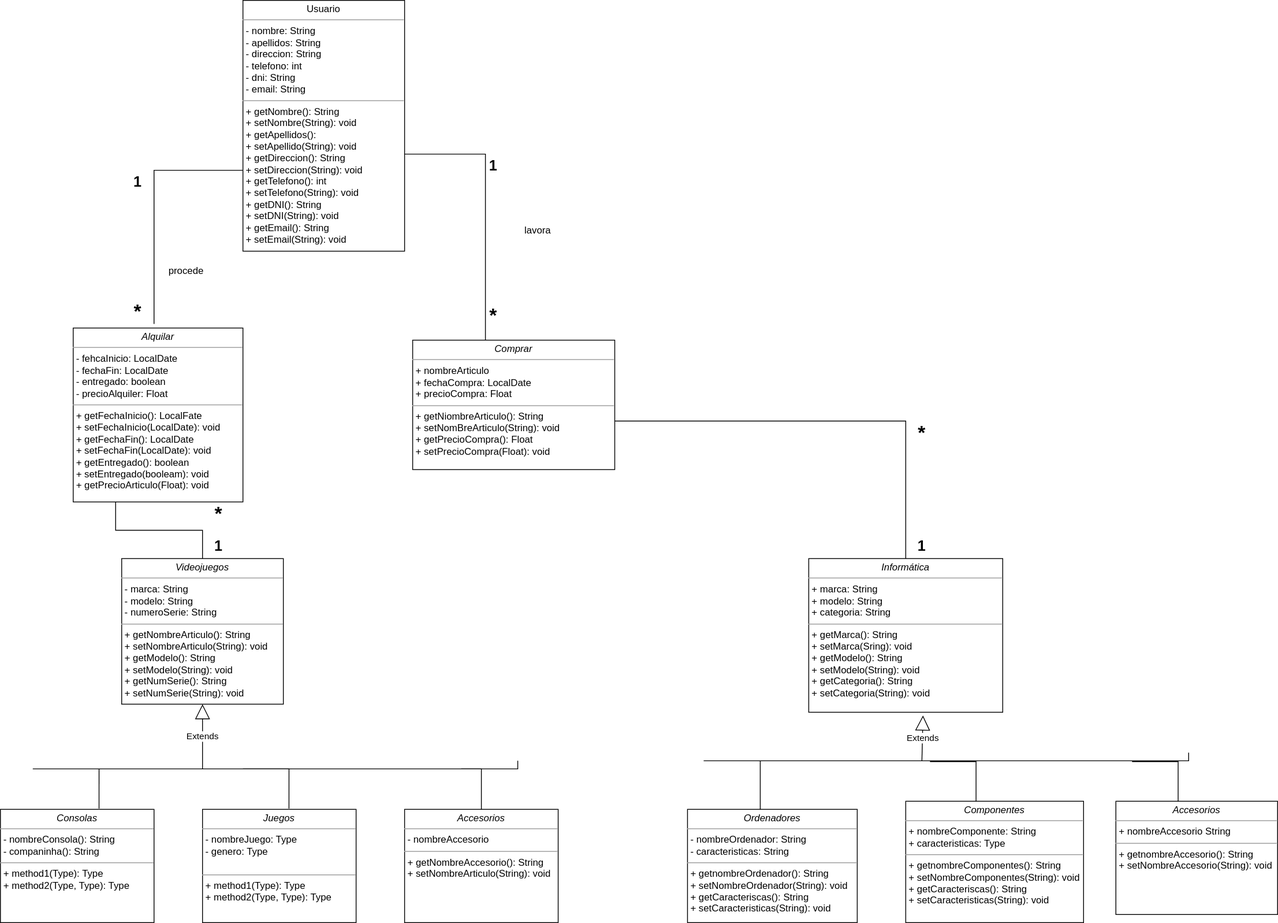
The draw.io diagram diagramas/tienda_UML.svg in andvigofp/trabajoUML, before a commit. Source tidied: cells renumbered, new cells last; positions are measured from the earlier drawing's top-left corner, leaving out a move shared by most shapes.
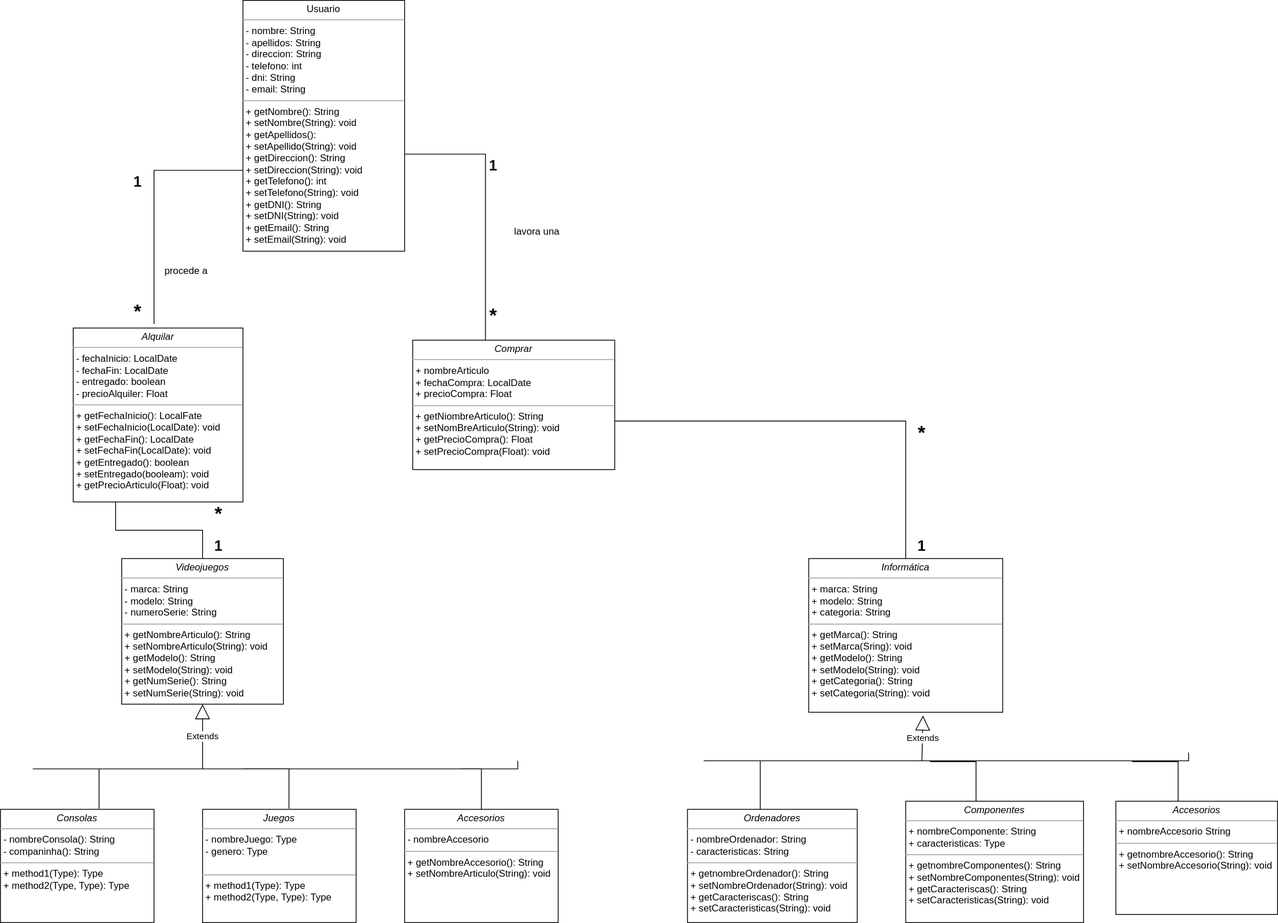
Later version of the same file.

What changed in the source:
```diff
@@ -5,7 +5,7 @@
     <mxCell id="2" value="&lt;p style=&quot;margin:0px;margin-top:4px;text-align:center;&quot;&gt;Usuario&lt;/p&gt;&lt;hr size=&quot;1&quot;&gt;&lt;p style=&quot;margin:0px;margin-left:4px;&quot;&gt;- nombre: String&lt;br&gt;- apellidos: String&lt;/p&gt;&lt;p style=&quot;margin:0px;margin-left:4px;&quot;&gt;- direccion: String&lt;/p&gt;&lt;p style=&quot;border-color: var(--border-color); margin: 0px 0px 0px 4px;&quot;&gt;- telefono: int&lt;/p&gt;&lt;p style=&quot;border-color: var(--border-color); margin: 0px 0px 0px 4px;&quot;&gt;- dni: String&lt;/p&gt;&lt;p style=&quot;margin:0px;margin-left:4px;&quot;&gt;- email: String&lt;/p&gt;&lt;hr size=&quot;1&quot;&gt;&lt;p style=&quot;margin:0px;margin-left:4px;&quot;&gt;+ getNombre(): String&lt;br&gt;+ setNombre(String): void&lt;/p&gt;&lt;p style=&quot;margin:0px;margin-left:4px;&quot;&gt;+ getApellidos():&lt;/p&gt;&lt;p style=&quot;margin:0px;margin-left:4px;&quot;&gt;+ setApellido(String): void&lt;/p&gt;&lt;p style=&quot;margin:0px;margin-left:4px;&quot;&gt;+ getDireccion(): String&lt;/p&gt;&lt;p style=&quot;margin:0px;margin-left:4px;&quot;&gt;+ setDireccion(String): void&lt;/p&gt;&lt;p style=&quot;margin:0px;margin-left:4px;&quot;&gt;+ getTelefono(): int&lt;/p&gt;&lt;p style=&quot;margin:0px;margin-left:4px;&quot;&gt;+ setTelefono(String): void&lt;/p&gt;&lt;p style=&quot;margin:0px;margin-left:4px;&quot;&gt;+ getDNI(): String&lt;/p&gt;&lt;p style=&quot;margin:0px;margin-left:4px;&quot;&gt;+ setDNI(String): void&lt;/p&gt;&lt;p style=&quot;margin:0px;margin-left:4px;&quot;&gt;+ getEmail(): String&lt;/p&gt;&lt;p style=&quot;margin:0px;margin-left:4px;&quot;&gt;+ setEmail(String): void&lt;/p&gt;" style="verticalAlign=top;align=left;overflow=fill;fontSize=12;fontFamily=Helvetica;html=1;whiteSpace=wrap;" parent="1" vertex="1">
       <mxGeometry x="300" width="200" height="310" as="geometry" />
     </mxCell>
-    <mxCell id="3" value="&lt;p style=&quot;margin:0px;margin-top:4px;text-align:center;&quot;&gt;&lt;i&gt;Alquilar&lt;/i&gt;&lt;/p&gt;&lt;hr size=&quot;1&quot;&gt;&lt;p style=&quot;margin:0px;margin-left:4px;&quot;&gt;- fehcaInicio: LocalDate&lt;/p&gt;&lt;p style=&quot;margin:0px;margin-left:4px;&quot;&gt;- fechaFin: LocalDate&lt;/p&gt;&lt;p style=&quot;margin:0px;margin-left:4px;&quot;&gt;- entregado: boolean&lt;/p&gt;&lt;p style=&quot;margin:0px;margin-left:4px;&quot;&gt;- precioAlquiler: Float&lt;/p&gt;&lt;hr size=&quot;1&quot;&gt;&lt;p style=&quot;margin:0px;margin-left:4px;&quot;&gt;+ getFechaInicio(): LocalFate&lt;br&gt;+ setFechaInicio(LocalDate): void&lt;/p&gt;&lt;p style=&quot;margin:0px;margin-left:4px;&quot;&gt;+ getFechaFin(): LocalDate&lt;/p&gt;&lt;p style=&quot;margin:0px;margin-left:4px;&quot;&gt;+ setFechaFin(LocalDate): void&lt;/p&gt;&lt;p style=&quot;margin:0px;margin-left:4px;&quot;&gt;+ getEntregado(): boolean&lt;/p&gt;&lt;p style=&quot;margin:0px;margin-left:4px;&quot;&gt;+ setEntregado(booleam): void&lt;/p&gt;&lt;p style=&quot;margin:0px;margin-left:4px;&quot;&gt;+ getPrecioArticulo(Float): void&lt;/p&gt;" style="verticalAlign=top;align=left;overflow=fill;fontSize=12;fontFamily=Helvetica;html=1;whiteSpace=wrap;" parent="1" vertex="1">
+    <mxCell id="3" value="&lt;p style=&quot;margin:0px;margin-top:4px;text-align:center;&quot;&gt;&lt;i&gt;Alquilar&lt;/i&gt;&lt;/p&gt;&lt;hr size=&quot;1&quot;&gt;&lt;p style=&quot;margin:0px;margin-left:4px;&quot;&gt;- fechaInicio: LocalDate&lt;/p&gt;&lt;p style=&quot;margin:0px;margin-left:4px;&quot;&gt;- fechaFin: LocalDate&lt;/p&gt;&lt;p style=&quot;margin:0px;margin-left:4px;&quot;&gt;- entregado: boolean&lt;/p&gt;&lt;p style=&quot;margin:0px;margin-left:4px;&quot;&gt;- precioAlquiler: Float&lt;/p&gt;&lt;hr size=&quot;1&quot;&gt;&lt;p style=&quot;margin:0px;margin-left:4px;&quot;&gt;+ getFechaInicio(): LocalFate&lt;br&gt;+ setFechaInicio(LocalDate): void&lt;/p&gt;&lt;p style=&quot;margin:0px;margin-left:4px;&quot;&gt;+ getFechaFin(): LocalDate&lt;/p&gt;&lt;p style=&quot;margin:0px;margin-left:4px;&quot;&gt;+ setFechaFin(LocalDate): void&lt;/p&gt;&lt;p style=&quot;margin:0px;margin-left:4px;&quot;&gt;+ getEntregado(): boolean&lt;/p&gt;&lt;p style=&quot;margin:0px;margin-left:4px;&quot;&gt;+ setEntregado(booleam): void&lt;/p&gt;&lt;p style=&quot;margin:0px;margin-left:4px;&quot;&gt;+ getPrecioArticulo(Float): void&lt;/p&gt;" style="verticalAlign=top;align=left;overflow=fill;fontSize=12;fontFamily=Helvetica;html=1;whiteSpace=wrap;" parent="1" vertex="1">
       <mxGeometry x="90" y="405" width="210" height="215" as="geometry" />
     </mxCell>
     <mxCell id="4" value="&lt;p style=&quot;margin:0px;margin-top:4px;text-align:center;&quot;&gt;&lt;i&gt;Videojuegos&lt;/i&gt;&lt;/p&gt;&lt;hr size=&quot;1&quot;&gt;&lt;p style=&quot;margin:0px;margin-left:4px;&quot;&gt;- marca: String&lt;/p&gt;&lt;p style=&quot;margin:0px;margin-left:4px;&quot;&gt;- modelo: String&lt;/p&gt;&lt;p style=&quot;margin:0px;margin-left:4px;&quot;&gt;- numeroSerie: String&lt;br&gt;&lt;/p&gt;&lt;hr size=&quot;1&quot;&gt;&lt;p style=&quot;margin:0px;margin-left:4px;&quot;&gt;+ getNombreArticulo(): String&lt;br&gt;+ setNombreArticulo(String): void&lt;/p&gt;&lt;p style=&quot;margin:0px;margin-left:4px;&quot;&gt;+ getModelo(): String&lt;/p&gt;&lt;p style=&quot;margin:0px;margin-left:4px;&quot;&gt;+ setModelo(String): void&lt;/p&gt;&lt;p style=&quot;margin:0px;margin-left:4px;&quot;&gt;+ getNumSerie(): String&lt;/p&gt;&lt;p style=&quot;margin:0px;margin-left:4px;&quot;&gt;+ setNumSerie(String): void&lt;/p&gt;" style="verticalAlign=top;align=left;overflow=fill;fontSize=12;fontFamily=Helvetica;html=1;whiteSpace=wrap;" parent="1" vertex="1">
@@ -155,10 +155,10 @@
     <mxCell id="34" value="&lt;h2&gt;1&lt;/h2&gt;" style="text;html=1;strokeColor=none;fillColor=none;align=center;verticalAlign=middle;whiteSpace=wrap;rounded=0;" parent="1" vertex="1">
       <mxGeometry x="1110" y="660" width="60" height="30" as="geometry" />
     </mxCell>
-    <mxCell id="35" value="lavora" style="text;html=1;strokeColor=none;fillColor=none;align=center;verticalAlign=middle;whiteSpace=wrap;rounded=0;" parent="1" vertex="1">
-      <mxGeometry x="630" y="270" width="70" height="30" as="geometry" />
+    <mxCell id="35" value="lavora una" style="text;html=1;strokeColor=none;fillColor=none;align=center;verticalAlign=middle;whiteSpace=wrap;rounded=0;" parent="1" vertex="1">
+      <mxGeometry x="629" y="271" width="70" height="30" as="geometry" />
     </mxCell>
-    <mxCell id="36" value="procede" style="text;html=1;strokeColor=none;fillColor=none;align=center;verticalAlign=middle;whiteSpace=wrap;rounded=0;" parent="1" vertex="1">
+    <mxCell id="36" value="procede a" style="text;html=1;strokeColor=none;fillColor=none;align=center;verticalAlign=middle;whiteSpace=wrap;rounded=0;" parent="1" vertex="1">
       <mxGeometry x="200" y="320" width="60" height="30" as="geometry" />
     </mxCell>
   </root>
```
